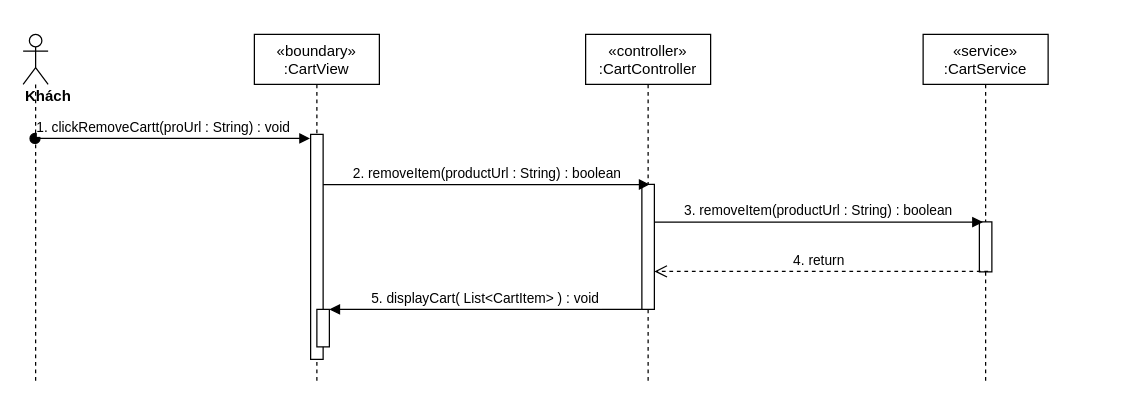
nguyenphamvan/datn_20202 keeps this draw.io diagram as sequence diagram/remove-product-toCart-sequence.drawio. Above is the earlier version. Source tidied: cells renumbered, new cells numbered last; positions are measured from the earlier drawing's top-left corner, leaving out a move shared by most shapes. Both pictures are drawn from the tidied source at 125%, with x=0, y=0 at pixel (22, 34).
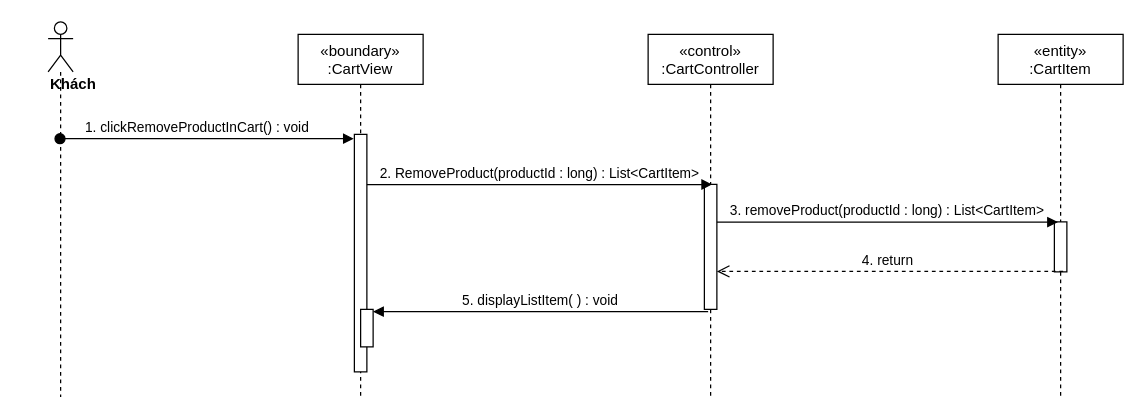
The same page after the edit.

The edit, as a diff of the source:
```diff
@@
 <mxGraphModel>
   <root>
     <mxCell id="0" />
     <mxCell id="1" parent="0" />
     <mxCell id="2" value="«boundary»&#10;:CartView" style="shape=umlLifeline;perimeter=lifelinePerimeter;rounded=0;shadow=0;strokeWidth=1;" parent="1" vertex="1">
-      <mxGeometry x="185" width="100" height="280" as="geometry" />
+      <mxGeometry x="220" width="100" height="290" as="geometry" />
     </mxCell>
-    <mxCell id="3" style="points=[];perimeter=orthogonalPerimeter;rounded=0;shadow=0;strokeWidth=1;" parent="2" vertex="1">
-      <mxGeometry x="45" y="80" width="10" height="180" as="geometry" />
-    </mxCell>
+    <mxCell id="15" style="points=[];perimeter=orthogonalPerimeter;rounded=0;shadow=0;strokeWidth=1;" parent="2" vertex="1">
+      <mxGeometry x="45" y="80" width="10" height="190" as="geometry" />
+    </mxCell>
     <mxCell id="4" style="html=1;points=[];perimeter=orthogonalPerimeter;" parent="2" vertex="1">
       <mxGeometry x="50" y="220" width="10" height="30" as="geometry" />
     </mxCell>
-    <mxCell id="5" value="«controller»&#10;:CartController" style="shape=umlLifeline;perimeter=lifelinePerimeter;rounded=0;shadow=0;strokeWidth=1;" parent="1" vertex="1">
-      <mxGeometry x="450" width="100" height="280" as="geometry" />
-    </mxCell>
+    <mxCell id="16" value="«control»&#10;:CartController" style="shape=umlLifeline;perimeter=lifelinePerimeter;rounded=0;shadow=0;strokeWidth=1;" parent="1" vertex="1">
+      <mxGeometry x="500" width="100" height="290" as="geometry" />
+    </mxCell>
-    <mxCell id="6" style="points=[];perimeter=orthogonalPerimeter;rounded=0;shadow=0;strokeWidth=1;" parent="5" vertex="1">
+    <mxCell id="6" style="points=[];perimeter=orthogonalPerimeter;rounded=0;shadow=0;strokeWidth=1;" parent="16" vertex="1">
       <mxGeometry x="45" y="120" width="10" height="100" as="geometry" />
     </mxCell>
     <mxCell id="7" value="&lt;div&gt;&lt;b&gt;Khách&lt;/b&gt;&lt;/div&gt;" style="shape=umlLifeline;participant=umlActor;perimeter=lifelinePerimeter;whiteSpace=wrap;html=1;verticalAlign=top;spacingTop=36;outlineConnect=0;align=left;" parent="1" vertex="1">
-      <mxGeometry width="20" height="280" as="geometry" />
+      <mxGeometry x="20" y="-10" width="20" height="300" as="geometry" />
     </mxCell>
-    <mxCell id="8" value="1. clickRemoveCartt(proUrl : String) : void" style="verticalAlign=bottom;startArrow=oval;endArrow=block;startSize=8;shadow=0;strokeWidth=1;entryX=-0.05;entryY=0.018;entryDx=0;entryDy=0;entryPerimeter=0;" parent="1" edge="1" source="7" target="3">
-      <mxGeometry x="-0.06" relative="1" as="geometry" />
-    </mxCell>
-    <mxCell id="9" value="«service»&#10;:CartService" style="shape=umlLifeline;perimeter=lifelinePerimeter;rounded=0;shadow=0;strokeWidth=1;" parent="1" vertex="1">
-      <mxGeometry x="720" width="100" height="280" as="geometry" />
-    </mxCell>
+    <mxCell id="17" value="1. clickRemoveProductInCart() : void" style="verticalAlign=bottom;startArrow=oval;endArrow=block;startSize=8;shadow=0;strokeWidth=1;entryX=-0.05;entryY=0.018;entryDx=0;entryDy=0;entryPerimeter=0;" parent="1" edge="1" source="7" target="15">
+      <mxGeometry x="-0.06" relative="1" as="geometry" />
+    </mxCell>
+    <mxCell id="18" value="«entity»&#10;:CartItem" style="shape=umlLifeline;perimeter=lifelinePerimeter;rounded=0;shadow=0;strokeWidth=1;" parent="1" vertex="1">
+      <mxGeometry x="780" width="100" height="290" as="geometry" />
+    </mxCell>
-    <mxCell id="10" style="points=[];perimeter=orthogonalPerimeter;rounded=0;shadow=0;strokeWidth=1;" parent="9" vertex="1">
+    <mxCell id="10" style="points=[];perimeter=orthogonalPerimeter;rounded=0;shadow=0;strokeWidth=1;" parent="18" vertex="1">
       <mxGeometry x="45" y="150" width="10" height="40" as="geometry" />
     </mxCell>
-    <mxCell id="11" value="2. removeItem(productUrl : String) : boolean" style="html=1;verticalAlign=bottom;endArrow=block;entryX=0.617;entryY=0.001;entryDx=0;entryDy=0;entryPerimeter=0;" parent="1" edge="1" source="3" target="6">
-      <mxGeometry relative="1" as="geometry" />
-    </mxCell>
+    <mxCell id="19" value="2. RemoveProduct(productId : long) : List&amp;lt;CartItem&amp;gt;" style="html=1;verticalAlign=bottom;endArrow=block;entryX=0.617;entryY=0.001;entryDx=0;entryDy=0;entryPerimeter=0;" parent="1" edge="1" source="15" target="6">
+      <mxGeometry relative="1" as="geometry" />
+    </mxCell>
-    <mxCell id="12" value="3. removeItem(productUrl : String) : boolean" style="html=1;verticalAlign=bottom;endArrow=block;entryX=0.283;entryY=0.004;entryDx=0;entryDy=0;entryPerimeter=0;" parent="1" edge="1" source="6" target="10">
+    <mxCell id="12" value="3. removeProduct(productId : long) : List&amp;lt;CartItem&amp;gt;" style="html=1;verticalAlign=bottom;endArrow=block;entryX=0.283;entryY=0.004;entryDx=0;entryDy=0;entryPerimeter=0;" parent="1" edge="1" source="6" target="10">
       <mxGeometry relative="1" as="geometry" />
     </mxCell>
     <mxCell id="13" value="4. return&amp;nbsp;" style="html=1;verticalAlign=bottom;endArrow=open;dashed=1;endSize=8;exitX=0.7;exitY=0.99;exitDx=0;exitDy=0;exitPerimeter=0;" parent="1" edge="1" source="10" target="6">
       <mxGeometry relative="1" as="geometry" />
     </mxCell>
-    <mxCell id="14" value="5. displayCart( List&lt;CartItem&gt; ) : void" style="verticalAlign=bottom;endArrow=block;shadow=0;strokeWidth=1;" parent="1" edge="1" source="6" target="4">
+    <mxCell id="14" value="5. displayListItem( ) : void" style="verticalAlign=bottom;endArrow=block;shadow=0;strokeWidth=1;exitX=0.3;exitY=1.018;exitDx=0;exitDy=0;exitPerimeter=0;" parent="1" edge="1" source="6" target="4">
       <mxGeometry relative="1" as="geometry" />
     </mxCell>
   </root>
 </mxGraphModel>
```
